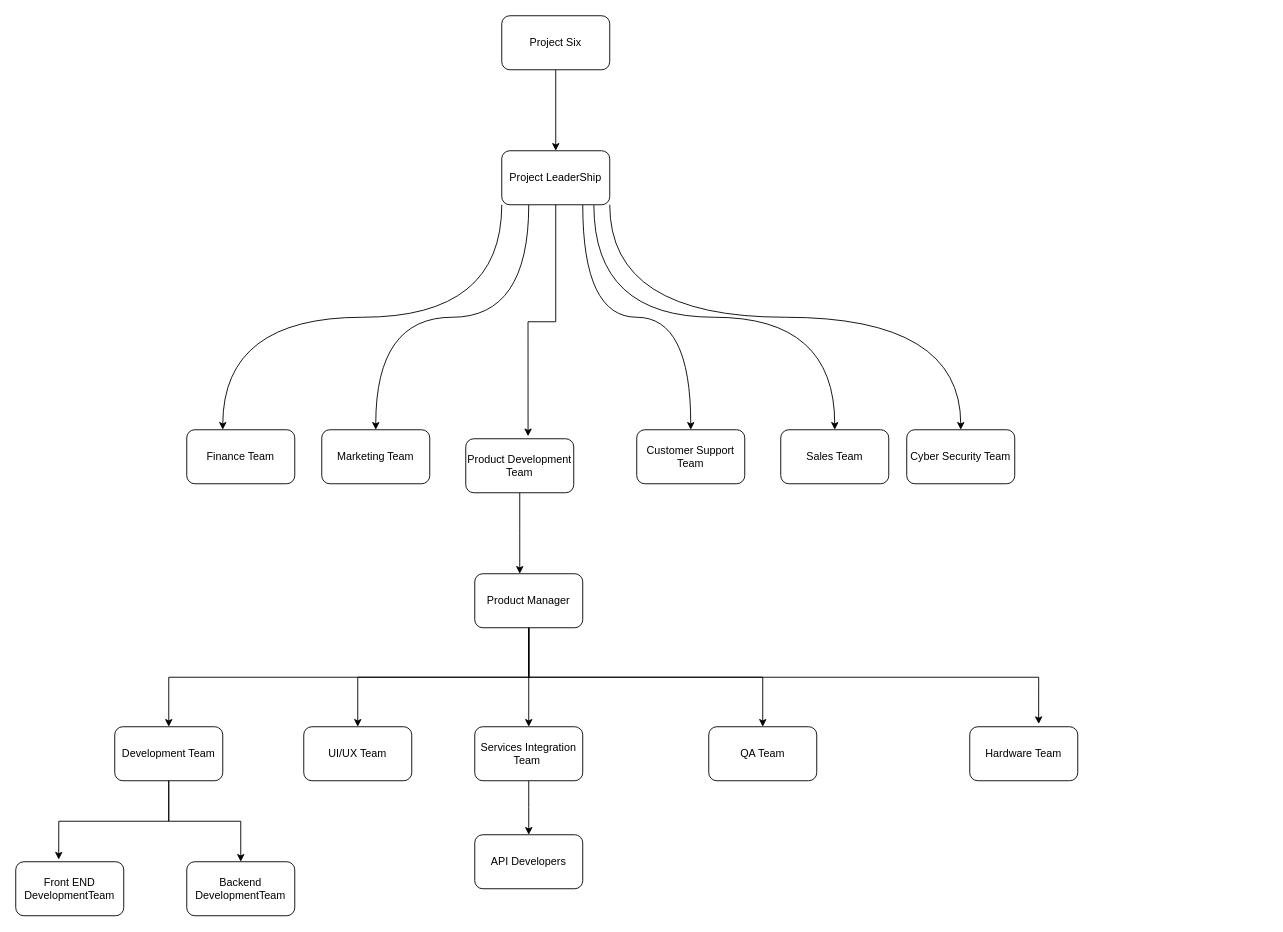
Earlier version of the draw.io diagram obs.drawio (balajigutlapalli/devops). Source tidied: cells renumbered, new cells numbered last; positions are measured from the earlier drawing's top-left corner, leaving out a move shared by most shapes. Both pictures are drawn from the tidied source at 90%, with x=0, y=0 at pixel (15, 15).
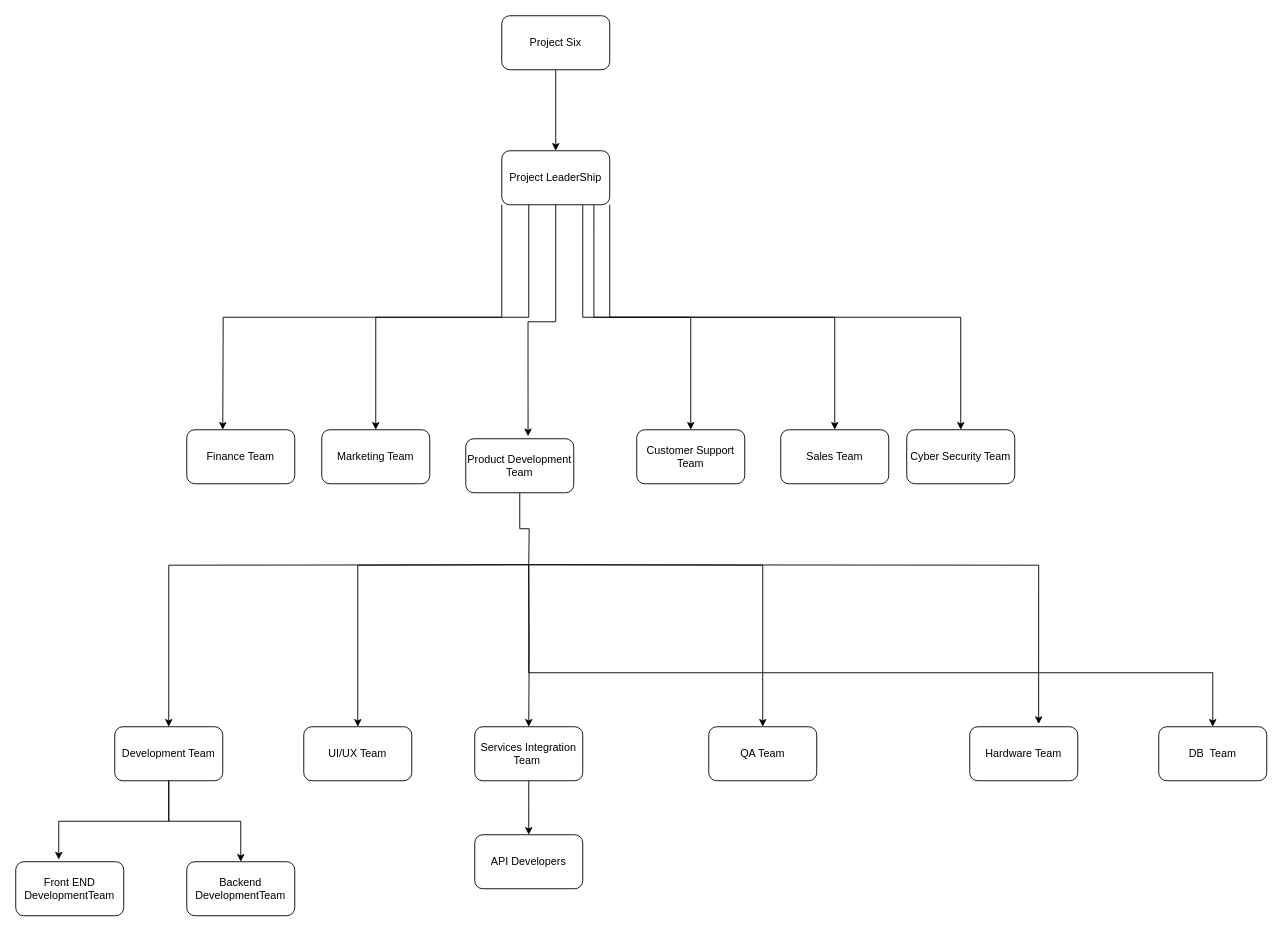
Above is the later version.

The change refers to these unchanged cells:
```xml
<mxCell id="7" value="Project LeaderShip" style="rounded=1;whiteSpace=wrap;html=1;" parent="1" vertex="1">
  <mxGeometry x="540" y="150" width="120" height="60" as="geometry" />
</mxCell>
<mxCell id="8" value="Marketing Team" style="rounded=1;whiteSpace=wrap;html=1;" parent="1" vertex="1">
  <mxGeometry x="340" y="460" width="120" height="60" as="geometry" />
</mxCell>
<mxCell id="9" value="Sales Team" style="rounded=1;whiteSpace=wrap;html=1;" parent="1" vertex="1">
  <mxGeometry x="850" y="460" width="120" height="60" as="geometry" />
</mxCell>
<mxCell id="10" value="Cyber Security Team" style="rounded=1;whiteSpace=wrap;html=1;" parent="1" vertex="1">
  <mxGeometry x="990" y="460" width="120" height="60" as="geometry" />
</mxCell>
<mxCell id="12" value="Product Development Team" style="rounded=1;whiteSpace=wrap;html=1;" parent="1" vertex="1">
  <mxGeometry x="500" y="470" width="120" height="60" as="geometry" />
</mxCell>
<mxCell id="13" value="Customer Support Team" style="rounded=1;whiteSpace=wrap;html=1;" parent="1" vertex="1">
  <mxGeometry x="690" y="460" width="120" height="60" as="geometry" />
</mxCell>
<mxCell id="21" value="UI/UX Team" style="rounded=1;whiteSpace=wrap;html=1;" parent="1" vertex="1">
  <mxGeometry x="320" y="790" width="120" height="60" as="geometry" />
</mxCell>
<mxCell id="25" value="Hardware Team" style="rounded=1;whiteSpace=wrap;html=1;" parent="1" vertex="1">
  <mxGeometry x="1060" y="790" width="120" height="60" as="geometry" />
</mxCell>
<mxCell id="28" value="Services Integration Team&amp;nbsp;" style="rounded=1;whiteSpace=wrap;html=1;" parent="1" vertex="1">
  <mxGeometry x="510" y="790" width="120" height="60" as="geometry" />
</mxCell>
<mxCell id="29" value="QA Team" style="rounded=1;whiteSpace=wrap;html=1;" parent="1" vertex="1">
  <mxGeometry x="770" y="790" width="120" height="60" as="geometry" />
</mxCell>
<mxCell id="33" value="Development Team" style="rounded=1;whiteSpace=wrap;html=1;" parent="1" vertex="1">
  <mxGeometry x="110" y="790" width="120" height="60" as="geometry" />
</mxCell>
```

The edit, as a diff of the source:
```diff
@@
-    <mxCell id="2" style="edgeStyle=orthogonalEdgeStyle;rounded=0;jettySize=auto;html=1;exitX=0.75;exitY=1;exitDx=0;exitDy=0;entryX=0.5;entryY=0;entryDx=0;entryDy=0;curved=1;" parent="1" edge="1" source="7" target="13">
+    <mxCell id="2" style="edgeStyle=orthogonalEdgeStyle;rounded=0;jettySize=auto;html=1;exitX=0.75;exitY=1;exitDx=0;exitDy=0;entryX=0.5;entryY=0;entryDx=0;entryDy=0;" parent="1" edge="1" source="7" target="13">
       <mxGeometry relative="1" as="geometry" />
     </mxCell>
-    <mxCell id="3" style="edgeStyle=orthogonalEdgeStyle;rounded=0;jettySize=auto;html=1;exitX=0.853;exitY=1.007;exitDx=0;exitDy=0;curved=1;exitPerimeter=0;" parent="1" edge="1" source="7" target="9">
+    <mxCell id="3" style="edgeStyle=orthogonalEdgeStyle;rounded=0;jettySize=auto;html=1;exitX=0.853;exitY=1.007;exitDx=0;exitDy=0;exitPerimeter=0;" parent="1" edge="1" source="7" target="9">
       <mxGeometry relative="1" as="geometry" />
     </mxCell>
-    <mxCell id="4" style="edgeStyle=orthogonalEdgeStyle;rounded=0;jettySize=auto;html=1;exitX=0;exitY=1;exitDx=0;exitDy=0;curved=1;" parent="1" edge="1" source="7">
+    <mxCell id="4" style="edgeStyle=orthogonalEdgeStyle;rounded=0;jettySize=auto;html=1;exitX=0;exitY=1;exitDx=0;exitDy=0;" parent="1" edge="1" source="7">
       <mxGeometry relative="1" as="geometry">
         <mxPoint x="230" y="460" as="targetPoint" />
       </mxGeometry>
     </mxCell>
-    <mxCell id="5" style="edgeStyle=orthogonalEdgeStyle;rounded=0;jettySize=auto;html=1;exitX=0.25;exitY=1;exitDx=0;exitDy=0;curved=1;" parent="1" edge="1" source="7" target="8">
+    <mxCell id="5" style="edgeStyle=orthogonalEdgeStyle;rounded=0;jettySize=auto;html=1;exitX=0.25;exitY=1;exitDx=0;exitDy=0;" parent="1" edge="1" source="7" target="8">
       <mxGeometry relative="1" as="geometry" />
     </mxCell>
-    <mxCell id="6" style="edgeStyle=orthogonalEdgeStyle;rounded=0;jettySize=auto;html=1;exitX=1;exitY=1;exitDx=0;exitDy=0;entryX=0.5;entryY=0;entryDx=0;entryDy=0;curved=1;" parent="1" edge="1" source="7" target="10">
+    <mxCell id="6" style="edgeStyle=orthogonalEdgeStyle;rounded=0;jettySize=auto;html=1;exitX=1;exitY=1;exitDx=0;exitDy=0;entryX=0.5;entryY=0;entryDx=0;entryDy=0;" parent="1" edge="1" source="7" target="10">
       <mxGeometry relative="1" as="geometry" />
     </mxCell>
@@
-    <mxCell id="11" style="edgeStyle=orthogonalEdgeStyle;rounded=0;jettySize=auto;html=1;entryX=0.5;entryY=0;entryDx=0;entryDy=0;" parent="1" edge="1" source="12">
-      <mxGeometry relative="1" as="geometry">
-        <mxPoint x="560" y="620" as="targetPoint" />
-      </mxGeometry>
-    </mxCell>
+    <mxCell id="36" style="edgeStyle=orthogonalEdgeStyle;rounded=0;jettySize=auto;html=1;exitX=0.5;exitY=1;exitDx=0;exitDy=0;endArrow=none;endFill=0;" parent="1" edge="1" source="12">
+      <mxGeometry relative="1" as="geometry">
+        <mxPoint x="570" y="610" as="targetPoint" />
+      </mxGeometry>
+    </mxCell>
@@
-    <mxCell id="16" style="edgeStyle=orthogonalEdgeStyle;rounded=0;jettySize=auto;html=1;exitX=0.5;exitY=1;exitDx=0;exitDy=0;" parent="1" edge="1" source="20" target="28">
-      <mxGeometry relative="1" as="geometry" />
+    <mxCell id="16" style="edgeStyle=orthogonalEdgeStyle;rounded=0;jettySize=auto;html=1;exitX=0.5;exitY=1;exitDx=0;exitDy=0;" parent="1" edge="1" target="28">
+      <mxGeometry relative="1" as="geometry">
+        <mxPoint x="570" y="610" as="sourcePoint" />
+      </mxGeometry>
     </mxCell>
-    <mxCell id="17" style="edgeStyle=orthogonalEdgeStyle;rounded=0;jettySize=auto;html=1;exitX=0.5;exitY=1;exitDx=0;exitDy=0;entryX=0.5;entryY=0;entryDx=0;entryDy=0;" parent="1" edge="1" source="20" target="29">
-      <mxGeometry relative="1" as="geometry" />
+    <mxCell id="17" style="edgeStyle=orthogonalEdgeStyle;rounded=0;jettySize=auto;html=1;exitX=0.5;exitY=1;exitDx=0;exitDy=0;entryX=0.5;entryY=0;entryDx=0;entryDy=0;" parent="1" edge="1" target="29">
+      <mxGeometry relative="1" as="geometry">
+        <mxPoint x="570" y="610" as="sourcePoint" />
+      </mxGeometry>
     </mxCell>
-    <mxCell id="18" style="edgeStyle=orthogonalEdgeStyle;rounded=0;jettySize=auto;html=1;exitX=0.5;exitY=1;exitDx=0;exitDy=0;entryX=0.5;entryY=0;entryDx=0;entryDy=0;" parent="1" edge="1" source="20" target="21">
-      <mxGeometry relative="1" as="geometry" />
+    <mxCell id="18" style="edgeStyle=orthogonalEdgeStyle;rounded=0;jettySize=auto;html=1;exitX=0.5;exitY=1;exitDx=0;exitDy=0;entryX=0.5;entryY=0;entryDx=0;entryDy=0;" parent="1" edge="1" target="21">
+      <mxGeometry relative="1" as="geometry">
+        <mxPoint x="570" y="610" as="sourcePoint" />
+      </mxGeometry>
     </mxCell>
-    <mxCell id="19" style="edgeStyle=orthogonalEdgeStyle;rounded=0;jettySize=auto;html=1;exitX=0.5;exitY=1;exitDx=0;exitDy=0;" parent="1" edge="1" source="20" target="33">
-      <mxGeometry relative="1" as="geometry" />
+    <mxCell id="19" style="edgeStyle=orthogonalEdgeStyle;rounded=0;jettySize=auto;html=1;exitX=0.5;exitY=1;exitDx=0;exitDy=0;" parent="1" edge="1" target="33">
+      <mxGeometry relative="1" as="geometry">
+        <mxPoint x="570" y="610" as="sourcePoint" />
+      </mxGeometry>
     </mxCell>
-    <mxCell id="20" value="Product Manager" style="rounded=1;whiteSpace=wrap;html=1;" parent="1" vertex="1">
-      <mxGeometry x="510" y="620" width="120" height="60" as="geometry" />
-    </mxCell>
+    <mxCell id="37" style="edgeStyle=orthogonalEdgeStyle;rounded=0;jettySize=auto;html=1;" parent="1" edge="1" target="38">
+      <mxGeometry relative="1" as="geometry">
+        <mxPoint x="570" y="610" as="sourcePoint" />
+        <Array as="points">
+          <mxPoint x="570" y="730" />
+          <mxPoint x="1330" y="730" />
+        </Array>
+      </mxGeometry>
+    </mxCell>
@@
-    <mxCell id="26" style="edgeStyle=orthogonalEdgeStyle;rounded=0;jettySize=auto;html=1;entryX=0.638;entryY=-0.05;entryDx=0;entryDy=0;entryPerimeter=0;exitX=0.5;exitY=1;exitDx=0;exitDy=0;" parent="1" edge="1" source="20" target="25">
-      <mxGeometry relative="1" as="geometry" />
+    <mxCell id="26" style="edgeStyle=orthogonalEdgeStyle;rounded=0;jettySize=auto;html=1;entryX=0.638;entryY=-0.05;entryDx=0;entryDy=0;entryPerimeter=0;exitX=0.5;exitY=1;exitDx=0;exitDy=0;" parent="1" edge="1" target="25">
+      <mxGeometry relative="1" as="geometry">
+        <mxPoint x="570" y="610" as="sourcePoint" />
+      </mxGeometry>
     </mxCell>
@@
+    <mxCell id="38" value="DB&amp;nbsp; Team" style="rounded=1;whiteSpace=wrap;html=1;" parent="1" vertex="1">
+      <mxGeometry x="1270" y="790" width="120" height="60" as="geometry" />
+    </mxCell>
```
